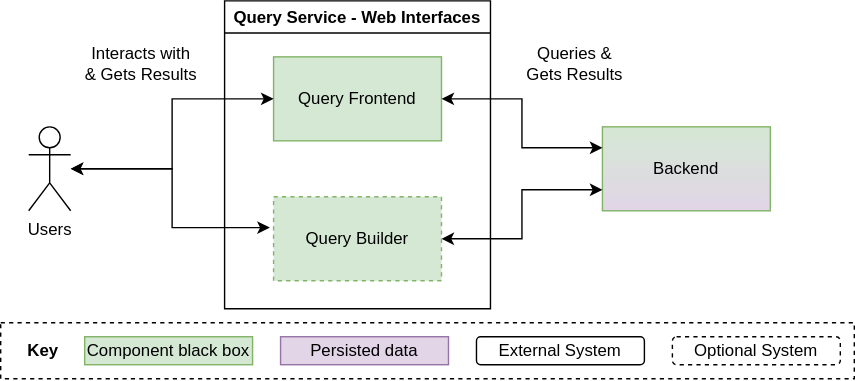
Earlier version of the draw.io export systems/Query/diagrams/05-01-web-interfaces.drawio.svg (wmde/wikidata-wikibase-architecture). Source tidied: cells renumbered, new cells last; positions are measured from the earlier drawing's top-left corner, leaving out a move shared by most shapes.
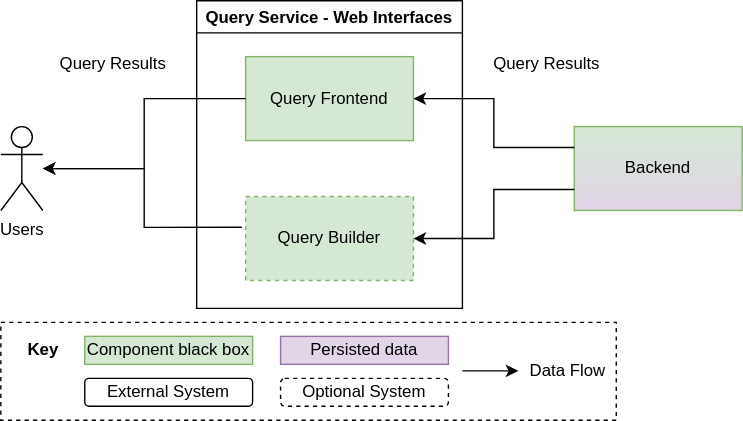
The same diagram one commit later.

Commit message:
Fix all query arrow directions & add to key

Diff of the diagram source:
```diff
@@ -11,47 +11,56 @@
     <mxCell id="4" value="Query Builder" style="rounded=0;whiteSpace=wrap;html=1;fillColor=#d5e8d4;strokeColor=#82b366;dashed=1;" parent="2" vertex="1">
       <mxGeometry x="35" y="140" width="120" height="60" as="geometry" />
     </mxCell>
-    <mxCell id="5" style="edgeStyle=orthogonalEdgeStyle;rounded=0;jettySize=auto;html=1;entryX=0;entryY=0.5;entryDx=0;entryDy=0;startArrow=classic;startFill=1;" parent="1" edge="1" source="7" target="3">
+    <mxCell id="5" style="edgeStyle=orthogonalEdgeStyle;rounded=0;jettySize=auto;html=1;entryX=0;entryY=0.5;entryDx=0;entryDy=0;startArrow=classic;startFill=1;endArrow=none;endFill=0;" parent="1" edge="1" source="7" target="3">
       <mxGeometry relative="1" as="geometry" />
     </mxCell>
-    <mxCell id="6" style="edgeStyle=orthogonalEdgeStyle;rounded=0;jettySize=auto;html=1;entryX=-0.022;entryY=0.367;entryDx=0;entryDy=0;entryPerimeter=0;startArrow=classic;startFill=1;" parent="1" edge="1" source="7" target="4">
+    <mxCell id="6" style="edgeStyle=orthogonalEdgeStyle;rounded=0;jettySize=auto;html=1;entryX=-0.022;entryY=0.367;entryDx=0;entryDy=0;entryPerimeter=0;startArrow=classic;startFill=1;endArrow=none;endFill=0;" parent="1" edge="1" source="7" target="4">
       <mxGeometry relative="1" as="geometry" />
     </mxCell>
     <mxCell id="7" value="Users" style="shape=umlActor;verticalLabelPosition=bottom;verticalAlign=top;html=1;outlineConnect=0;" parent="1" vertex="1">
       <mxGeometry x="20" y="90" width="30" height="60" as="geometry" />
     </mxCell>
     <mxCell id="8" style="rounded=0;whiteSpace=wrap;html=1;fillColor=none;dashed=1;" parent="1" vertex="1">
-      <mxGeometry y="230" width="610" height="40" as="geometry" />
+      <mxGeometry x="20" y="230" width="440" height="70" as="geometry" />
     </mxCell>
     <mxCell id="9" value="&lt;b&gt;Key&lt;/b&gt;" style="text;html=1;align=center;verticalAlign=middle;strokeColor=none;" parent="1" vertex="1">
-      <mxGeometry x="10" y="240" width="40" height="20" as="geometry" />
+      <mxGeometry x="30" y="240" width="40" height="20" as="geometry" />
     </mxCell>
     <mxCell id="10" value="Component black box" style="rounded=0;whiteSpace=wrap;html=1;align=center;fillColor=#d5e8d4;strokeColor=#82b366;" parent="1" vertex="1">
-      <mxGeometry x="60" y="240" width="120" height="20" as="geometry" />
+      <mxGeometry x="80" y="240" width="120" height="20" as="geometry" />
     </mxCell>
     <mxCell id="11" value="Persisted data" style="rounded=0;whiteSpace=wrap;html=1;align=center;fillColor=#e1d5e7;strokeColor=#9673a6;" parent="1" vertex="1">
-      <mxGeometry x="200" y="240" width="120" height="20" as="geometry" />
+      <mxGeometry x="220" y="240" width="120" height="20" as="geometry" />
     </mxCell>
     <mxCell id="12" value="External System" style="rounded=1;whiteSpace=wrap;html=1;align=center;" parent="1" vertex="1">
-      <mxGeometry x="340" y="240" width="120" height="20" as="geometry" />
+      <mxGeometry x="80" y="270" width="120" height="20" as="geometry" />
     </mxCell>
     <mxCell id="13" value="Optional System" style="rounded=1;whiteSpace=wrap;html=1;align=center;dashed=1;" parent="1" vertex="1">
-      <mxGeometry x="480" y="240" width="120" height="20" as="geometry" />
+      <mxGeometry x="220" y="270" width="120" height="20" as="geometry" />
     </mxCell>
-    <mxCell id="14" value="Interacts with&lt;br&gt;&amp;amp; Gets Results" style="text;html=1;align=center;verticalAlign=middle;strokeColor=none;" parent="1" vertex="1">
-      <mxGeometry x="50" y="30" width="100" height="30" as="geometry" />
+    <mxCell id="14" value="Query Results" style="text;html=1;align=center;verticalAlign=middle;strokeColor=none;" parent="1" vertex="1">
+      <mxGeometry x="55" y="35" width="90" height="20" as="geometry" />
     </mxCell>
     <mxCell id="15" value="Backend" style="rounded=0;whiteSpace=wrap;html=1;fillColor=#d5e8d4;strokeColor=#82b366;gradientColor=#E1D5E7;" parent="1" vertex="1">
       <mxGeometry x="430" y="90" width="120" height="60" as="geometry" />
     </mxCell>
-    <mxCell id="16" style="edgeStyle=orthogonalEdgeStyle;rounded=0;jettySize=auto;html=1;entryX=0;entryY=0.25;entryDx=0;entryDy=0;startArrow=classic;startFill=1;" parent="1" edge="1" source="3" target="15">
+    <mxCell id="16" style="edgeStyle=orthogonalEdgeStyle;rounded=0;jettySize=auto;html=1;entryX=0;entryY=0.25;entryDx=0;entryDy=0;startArrow=classic;startFill=1;endArrow=none;endFill=0;" parent="1" edge="1" source="3" target="15">
       <mxGeometry relative="1" as="geometry" />
     </mxCell>
-    <mxCell id="17" style="edgeStyle=orthogonalEdgeStyle;rounded=0;jettySize=auto;html=1;entryX=0;entryY=0.75;entryDx=0;entryDy=0;startArrow=classic;startFill=1;" parent="1" edge="1" source="4" target="15">
+    <mxCell id="17" style="edgeStyle=orthogonalEdgeStyle;rounded=0;jettySize=auto;html=1;entryX=0;entryY=0.75;entryDx=0;entryDy=0;startArrow=classic;startFill=1;endArrow=none;endFill=0;" parent="1" edge="1" source="4" target="15">
       <mxGeometry relative="1" as="geometry" />
     </mxCell>
-    <mxCell id="18" value="Queries &amp;amp;&lt;br&gt;Gets Results" style="text;html=1;align=center;verticalAlign=middle;strokeColor=none;" parent="1" vertex="1">
-      <mxGeometry x="370" y="30" width="80" height="30" as="geometry" />
+    <mxCell id="18" value="Query Results" style="text;html=1;align=center;verticalAlign=middle;strokeColor=none;" parent="1" vertex="1">
+      <mxGeometry x="365" y="35" width="90" height="20" as="geometry" />
     </mxCell>
+    <mxCell id="19" style="endArrow=classic;html=1;" parent="1" edge="1">
+      <mxGeometry relative="1" as="geometry">
+        <mxPoint x="350" y="264.7" as="sourcePoint" />
+        <mxPoint x="390" y="264.7" as="targetPoint" />
+      </mxGeometry>
+    </mxCell>
+    <mxCell id="20" value="Data Flow" style="text;html=1;align=center;verticalAlign=middle;strokeColor=none;" parent="1" vertex="1">
+      <mxGeometry x="390" y="255" width="70" height="20" as="geometry" />
+    </mxCell>
   </root>
 </mxGraphModel>
```
